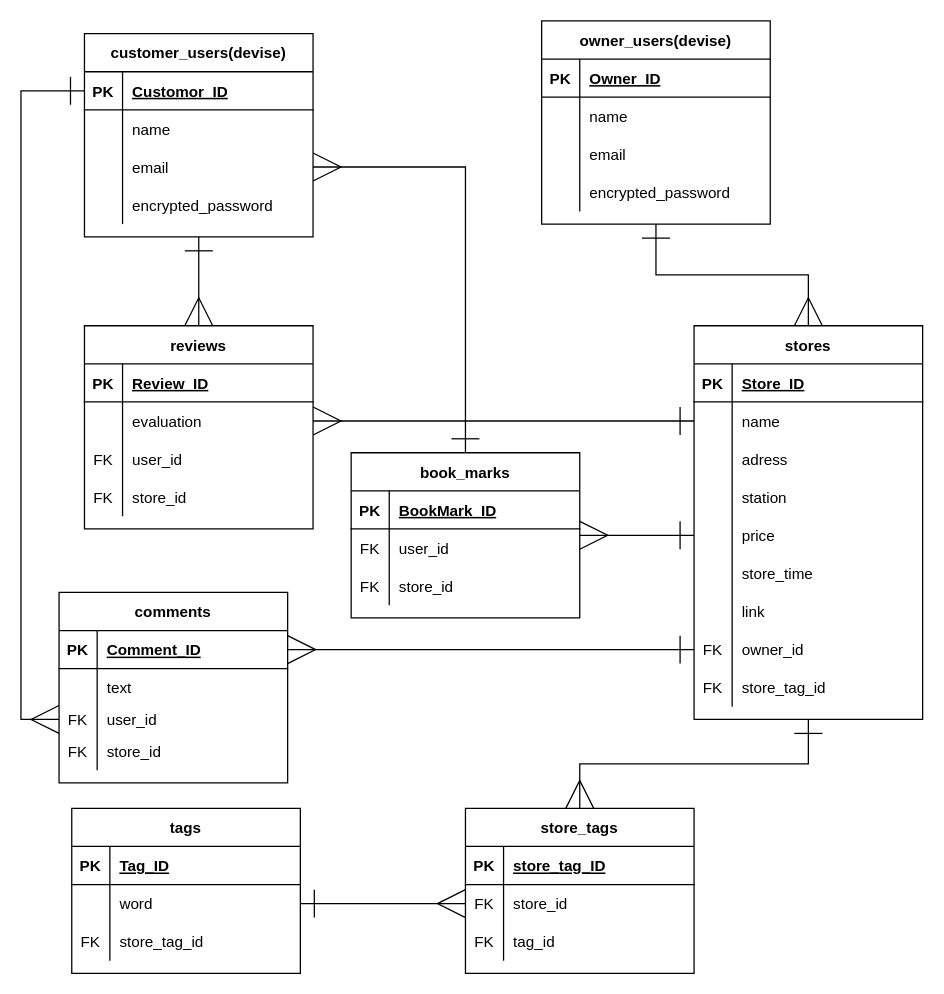
The draw.io diagram kamindokoro-ER.dio in KaichiAkazawa/kamindokoro-app, before the edit. Source tidied: cells renumbered, new cells numbered last; positions are measured from the earlier drawing's top-left corner, leaving out a move shared by most shapes. Both pictures are drawn from the tidied source at 127%, with x=0, y=0 at pixel (58, 20).
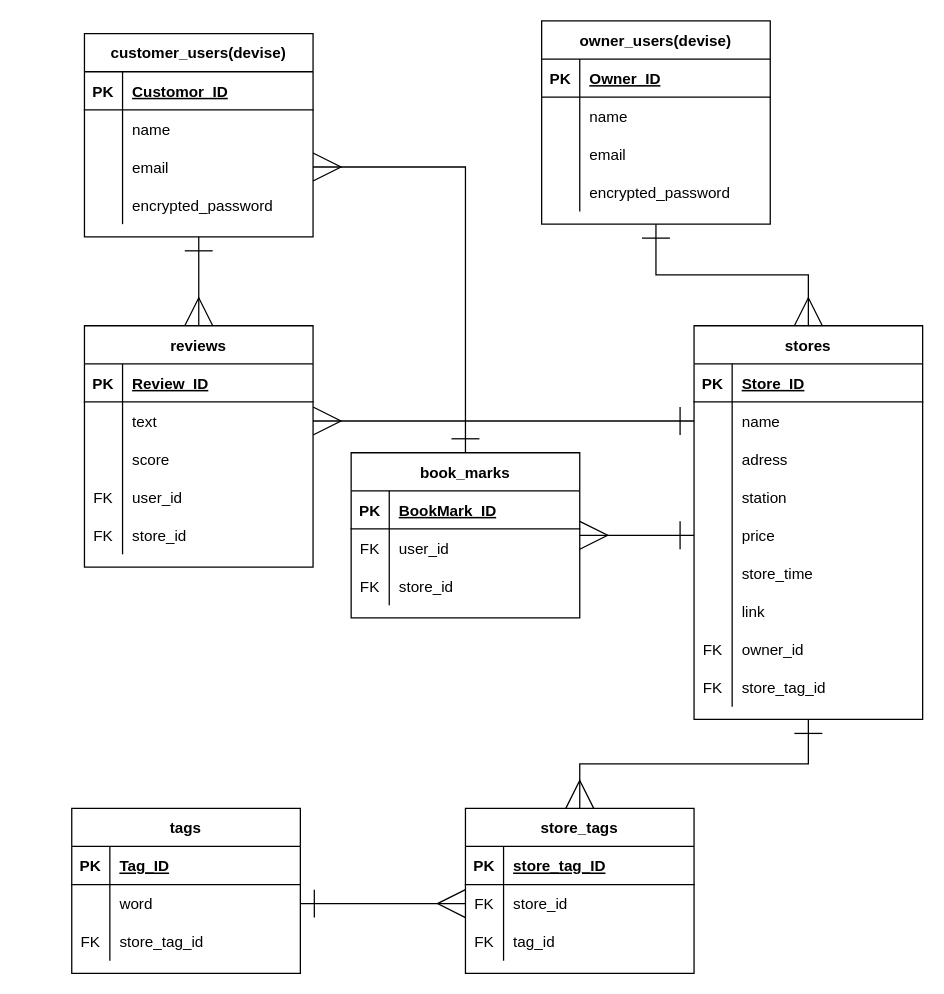
The same diagram, later.

Commit message:
テーブル設計変更

The change refers to these unchanged cells:
```xml
<mxCell id="4" style="shape=partialRectangle;fillColor=none;top=0;left=0;bottom=1;right=0;points=[[0,0.5],[1,0.5]];portConstraint=eastwest;" parent="3" vertex="1">
  <mxGeometry y="30" width="180" height="30" as="geometry" />
</mxCell>
<mxCell id="39" style="shape=partialRectangle;fillColor=none;top=0;left=0;bottom=0;right=0;points=[[0,0.5],[1,0.5]];portConstraint=eastwest;" parent="17" vertex="1">
  <mxGeometry y="240" width="180" height="30" as="geometry" />
</mxCell>
<mxCell id="63" style="shape=partialRectangle;fillColor=none;top=0;left=0;bottom=0;right=0;points=[[0,0.5],[1,0.5]];portConstraint=eastwest;" parent="59" vertex="1">
  <mxGeometry y="60" width="180" height="30" as="geometry" />
</mxCell>
<mxCell id="66" style="shape=partialRectangle;fillColor=none;top=0;left=0;bottom=0;right=0;" parent="59" vertex="1">
  <mxGeometry y="90" width="180" height="30" as="geometry" />
</mxCell>
```

What changed in the source:
```diff
@@
     <mxCell id="59" value="reviews" style="shape=table;startSize=30;childLayout=tableLayout;rowLines=0;fontStyle=1;align=center;fillColor=none;" parent="1" vertex="1">
-      <mxGeometry x="20" y="240" width="180" height="160" as="geometry" />
+      <mxGeometry x="20" y="240" width="180" height="190" as="geometry" />
     </mxCell>
@@
-    <mxCell id="65" value="evaluation" style="shape=partialRectangle;fillColor=none;top=0;left=0;bottom=0;right=0;align=left;spacingLeft=6;overflow=hidden;" parent="63" vertex="1">
+    <mxCell id="65" value="text" style="shape=partialRectangle;fillColor=none;top=0;left=0;bottom=0;right=0;align=left;spacingLeft=6;overflow=hidden;" parent="63" vertex="1">
       <mxGeometry x="30" width="150" height="30" as="geometry" />
     </mxCell>
@@
-    <mxCell id="67" value="FK" style="shape=partialRectangle;fillColor=none;top=0;left=0;bottom=0;right=0;overflow=hidden;" parent="66" vertex="1">
+    <mxCell id="67" style="shape=partialRectangle;fillColor=none;top=0;left=0;bottom=0;right=0;overflow=hidden;" parent="66" vertex="1">
       <mxGeometry width="30" height="30" as="geometry" />
     </mxCell>
-    <mxCell id="68" value="user_id" style="shape=partialRectangle;fillColor=none;top=0;left=0;bottom=0;right=0;align=left;spacingLeft=6;overflow=hidden;" parent="66" vertex="1">
+    <mxCell id="68" value="score" style="shape=partialRectangle;fillColor=none;top=0;left=0;bottom=0;right=0;align=left;spacingLeft=6;overflow=hidden;" parent="66" vertex="1">
       <mxGeometry x="30" width="150" height="30" as="geometry" />
     </mxCell>
+    <mxCell id="121" style="shape=partialRectangle;fillColor=none;top=0;left=0;bottom=0;right=0;" parent="59" vertex="1">
+      <mxGeometry y="120" width="180" height="30" as="geometry" />
+    </mxCell>
+    <mxCell id="93" value="FK" style="shape=partialRectangle;fillColor=none;top=0;left=0;bottom=0;right=0;overflow=hidden;" parent="121" vertex="1">
+      <mxGeometry width="30" height="30" as="geometry" />
+    </mxCell>
+    <mxCell id="91" value="user_id" style="shape=partialRectangle;fillColor=none;top=0;left=0;bottom=0;right=0;align=left;spacingLeft=6;overflow=hidden;" parent="121" vertex="1">
+      <mxGeometry x="30" width="150" height="30" as="geometry" />
+    </mxCell>
     <mxCell id="69" style="shape=partialRectangle;fillColor=none;top=0;left=0;bottom=0;right=0;" parent="59" vertex="1">
-      <mxGeometry y="120" width="180" height="30" as="geometry" />
+      <mxGeometry y="150" width="180" height="30" as="geometry" />
     </mxCell>
@@
-    <mxCell id="82" value="comments" style="shape=table;startSize=30;childLayout=tableLayout;rowLines=0;fontStyle=1;align=center;" parent="1" vertex="1">
-      <mxGeometry y="450" width="180" height="150" as="geometry" />
-    </mxCell>
-    <mxCell id="83" style="shape=partialRectangle;fillColor=none;top=0;left=0;bottom=1;right=0;points=[[0,0.5],[1,0.5]];portConstraint=eastwest;" parent="82" vertex="1">
-      <mxGeometry y="30" width="180" height="30" as="geometry" />
-    </mxCell>
-    <mxCell id="84" value="PK" style="shape=partialRectangle;fillColor=none;top=0;left=0;bottom=0;right=0;fontStyle=1;overflow=hidden;" parent="83" vertex="1">
-      <mxGeometry width="30" height="30" as="geometry" />
-    </mxCell>
-    <mxCell id="85" value="Comment_ID" style="shape=partialRectangle;fillColor=none;top=0;left=0;bottom=0;right=0;align=left;spacingLeft=6;fontStyle=5;overflow=hidden;" parent="83" vertex="1">
-      <mxGeometry x="30" width="150" height="30" as="geometry" />
-    </mxCell>
-    <mxCell id="86" style="shape=partialRectangle;fillColor=none;top=0;left=0;bottom=0;right=0;" parent="82" vertex="1">
-      <mxGeometry y="60" width="180" height="30" as="geometry" />
-    </mxCell>
-    <mxCell id="87" style="shape=partialRectangle;fillColor=none;top=0;left=0;bottom=0;right=0;overflow=hidden;" parent="86" vertex="1">
-      <mxGeometry width="30" height="30" as="geometry" />
-    </mxCell>
-    <mxCell id="88" value="text" style="shape=partialRectangle;fillColor=none;top=0;left=0;bottom=0;right=0;align=left;spacingLeft=6;overflow=hidden;" parent="86" vertex="1">
-      <mxGeometry x="30" width="150" height="30" as="geometry" />
-    </mxCell>
-    <mxCell id="89" style="shape=partialRectangle;fillColor=none;top=0;left=0;bottom=0;right=0;points=[[0,0.5],[1,0.5]];portConstraint=eastwest;" parent="82" vertex="1">
-      <mxGeometry y="90" width="180" height="20" as="geometry" />
-    </mxCell>
-    <mxCell id="90" value="FK" style="shape=partialRectangle;fillColor=none;top=0;left=0;bottom=0;right=0;overflow=hidden;" parent="89" vertex="1">
-      <mxGeometry width="30" height="20" as="geometry" />
-    </mxCell>
-    <mxCell id="91" value="user_id" style="shape=partialRectangle;fillColor=none;top=0;left=0;bottom=0;right=0;align=left;spacingLeft=6;overflow=hidden;" parent="89" vertex="1">
-      <mxGeometry x="30" width="150" height="20" as="geometry" />
-    </mxCell>
-    <mxCell id="92" style="shape=partialRectangle;fillColor=none;top=0;left=0;bottom=0;right=0;" parent="82" vertex="1">
-      <mxGeometry y="110" width="180" height="30" as="geometry" />
-    </mxCell>
-    <mxCell id="93" value="FK" style="shape=partialRectangle;fillColor=none;top=0;left=0;bottom=0;right=0;overflow=hidden;" parent="92" vertex="1">
-      <mxGeometry width="30" height="30" as="geometry" />
-    </mxCell>
-    <mxCell id="94" value="store_id" style="shape=partialRectangle;fillColor=none;top=0;left=0;bottom=0;right=0;align=left;spacingLeft=6;overflow=hidden;" parent="92" vertex="1">
-      <mxGeometry x="30" width="150" height="30" as="geometry" />
-    </mxCell>
@@
-    <mxCell id="105" style="edgeStyle=orthogonalEdgeStyle;rounded=0;jettySize=auto;html=1;exitX=0;exitY=0.5;exitDx=0;exitDy=0;entryX=0;entryY=0.5;entryDx=0;entryDy=0;startArrow=ERone;startFill=0;startSize=20;endArrow=ERmany;endFill=0;endSize=20;" parent="1" edge="1" source="4" target="89">
-      <mxGeometry relative="1" as="geometry" />
-    </mxCell>
@@
-    <mxCell id="107" style="edgeStyle=orthogonalEdgeStyle;rounded=0;jettySize=auto;html=1;startArrow=ERone;startFill=0;startSize=20;endArrow=ERmany;endFill=0;endSize=20;entryX=1;entryY=0.5;entryDx=0;entryDy=0;" parent="1" edge="1" source="39" target="83">
-      <mxGeometry relative="1" as="geometry" />
-    </mxCell>
```
